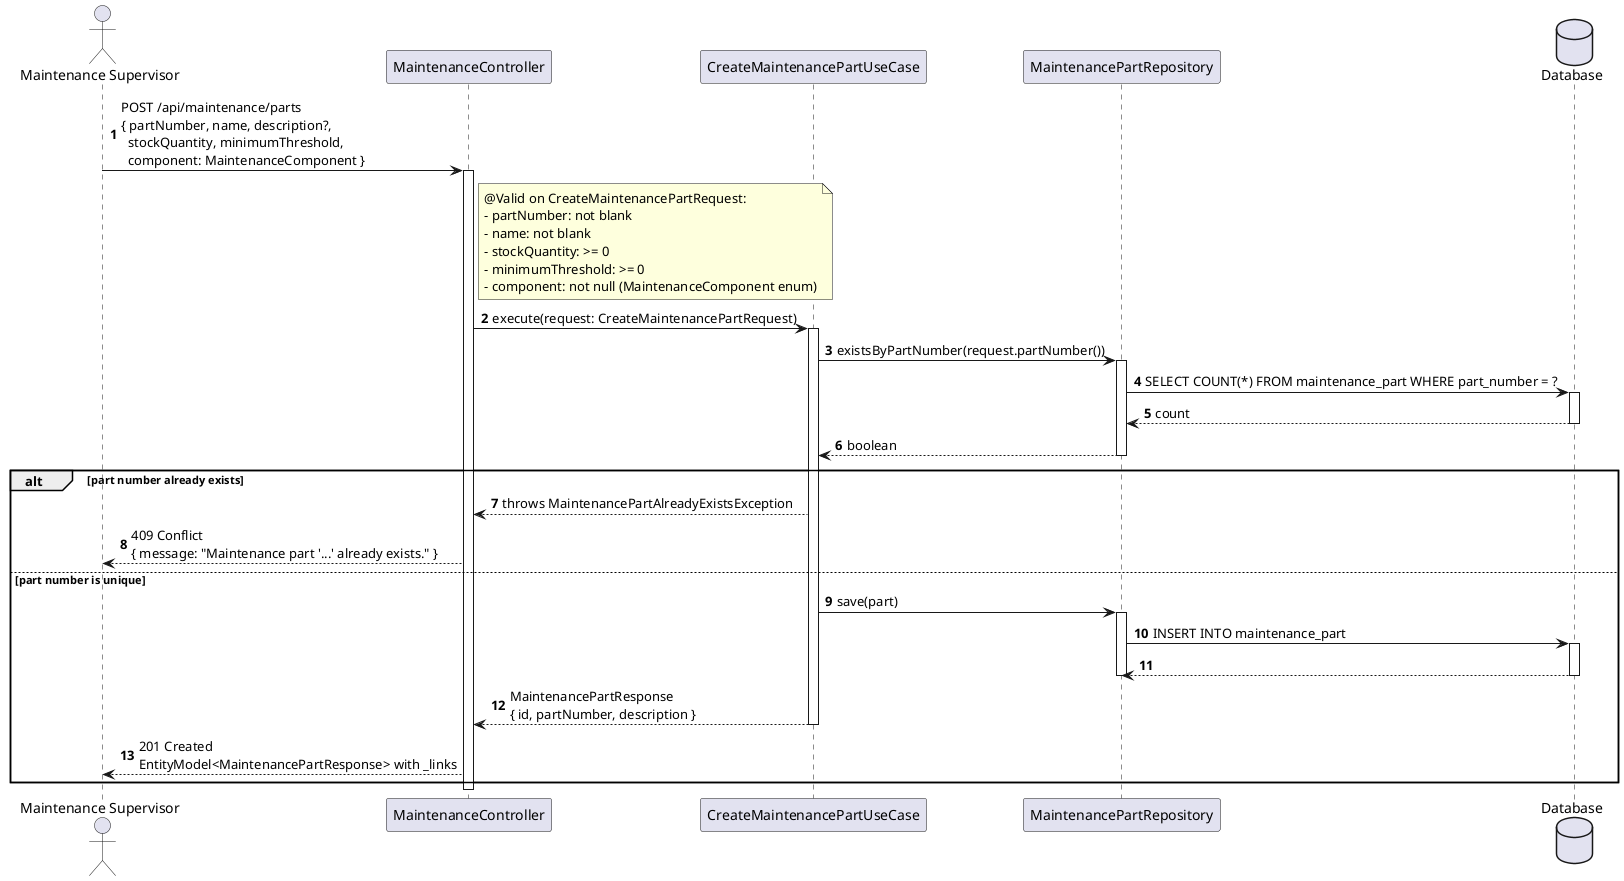
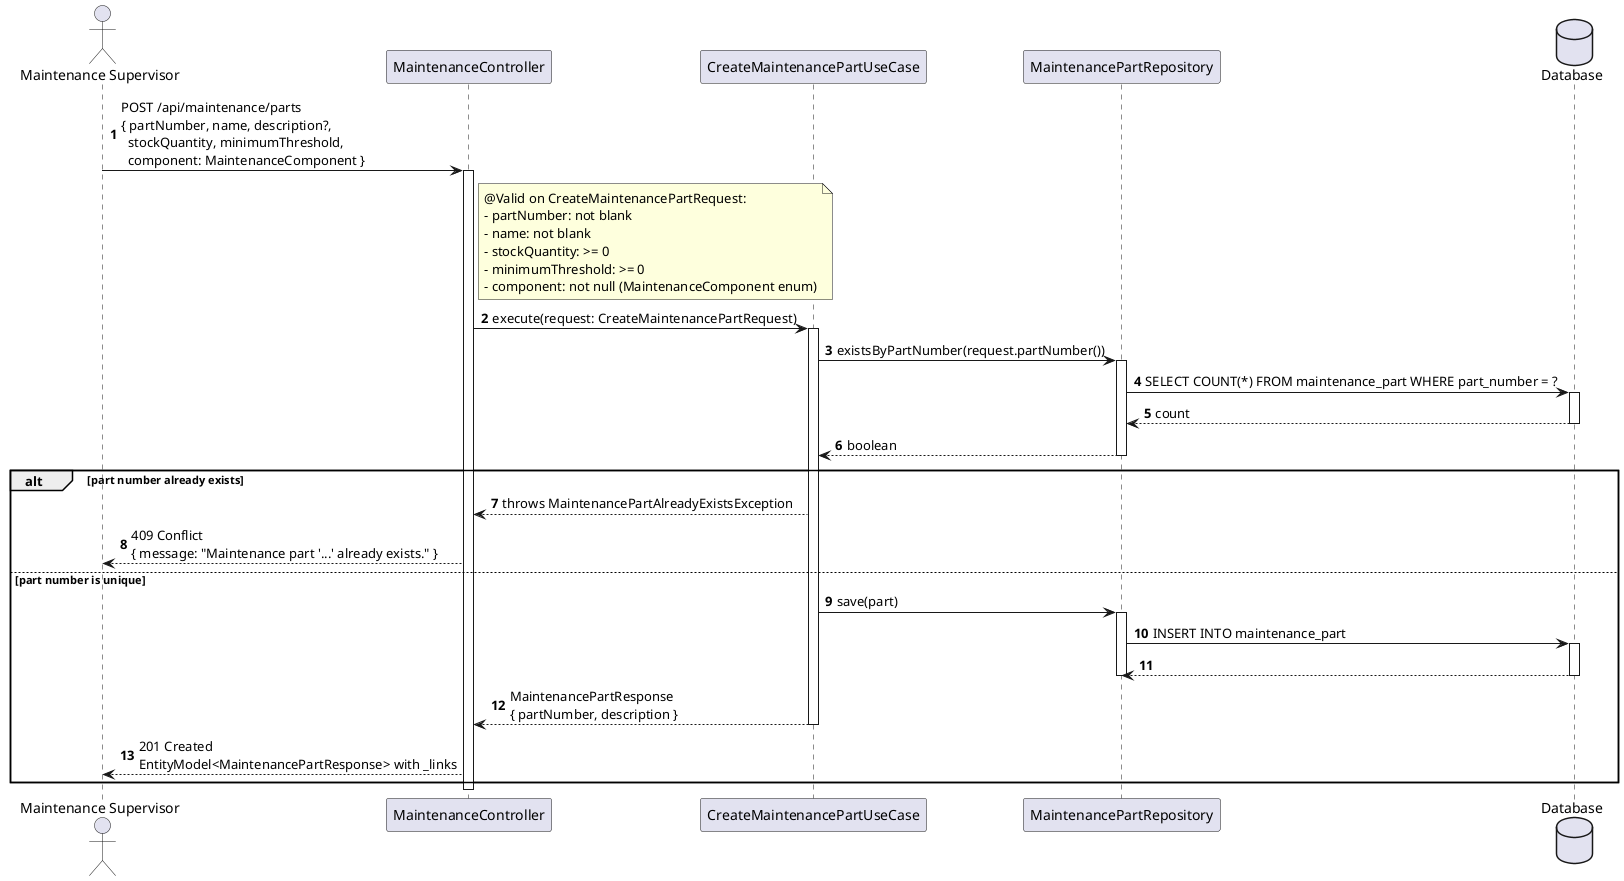
@startuml
autonumber
actor "Maintenance Supervisor" as MS
participant "MaintenanceController" as Ctrl
participant "CreateMaintenancePartUseCase" as UC
participant "MaintenancePartRepository" as Repo
database "Database" as DB

MS -> Ctrl : POST /api/maintenance/parts\n{ partNumber, name, description?,\n  stockQuantity, minimumThreshold,\n  component: MaintenanceComponent }
activate Ctrl

note right of Ctrl
  @Valid on CreateMaintenancePartRequest:
  - partNumber: not blank
  - name: not blank
  - stockQuantity: >= 0
  - minimumThreshold: >= 0
  - component: not null (MaintenanceComponent enum)
end note

Ctrl -> UC : execute(request: CreateMaintenancePartRequest)
activate UC

UC -> Repo : existsByPartNumber(request.partNumber())
activate Repo
Repo -> DB : SELECT COUNT(*) FROM maintenance_part WHERE part_number = ?
activate DB
DB --> Repo : count
deactivate DB
Repo --> UC : boolean
deactivate Repo

alt part number already exists
  UC --> Ctrl : throws MaintenancePartAlreadyExistsException
  Ctrl --> MS : 409 Conflict\n{ message: "Maintenance part '...' already exists." }
else part number is unique
  UC -> Repo : save(part)
  activate Repo
  Repo -> DB : INSERT INTO maintenance_part
  activate DB
  DB --> Repo
  deactivate DB
  deactivate Repo

-   UC --> Ctrl : MaintenancePartResponse\n{ id, partNumber, description }
+   UC --> Ctrl : MaintenancePartResponse\n{ partNumber, description }
  deactivate UC
  Ctrl --> MS : 201 Created\nEntityModel<MaintenancePartResponse> with _links
end

deactivate Ctrl
@enduml
